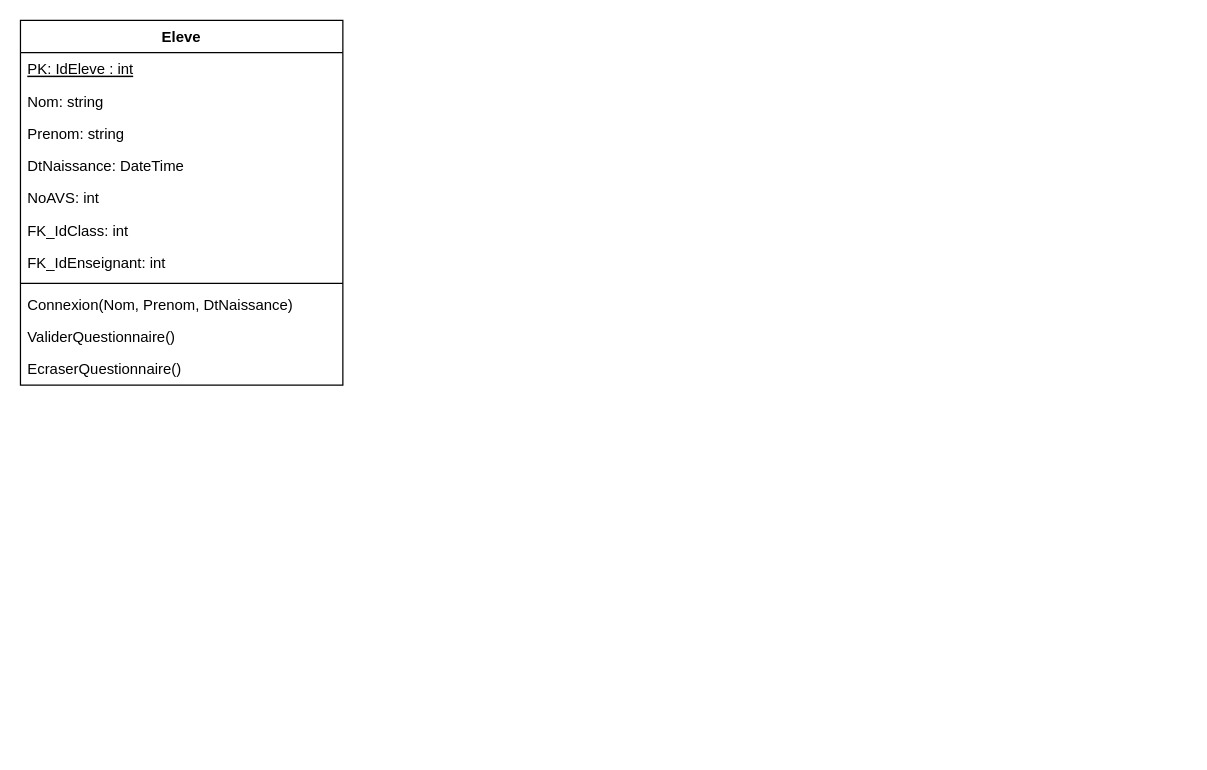
Before: Untitled Diagram.drawio in Devetik/Diagrammes, a draw.io diagram. Source tidied: cells renumbered, new cells numbered last; positions are measured from the earlier drawing's top-left corner, leaving out a move shared by most shapes. Both pictures are drawn from the tidied source at 124%, with x=0, y=0 at pixel (20, 20).
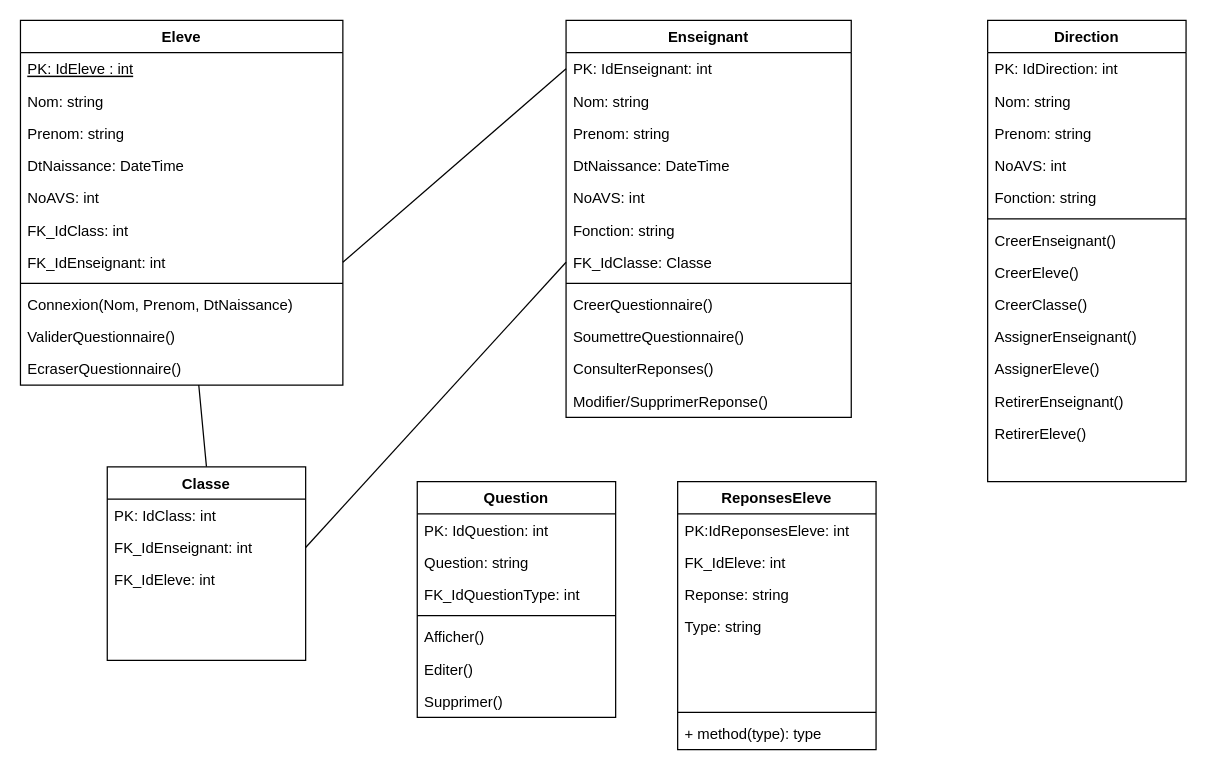
The same page after the edit.

The change refers to these unchanged cells:
```xml
<mxCell id="2" value="Eleve" style="swimlane;fontStyle=1;align=center;verticalAlign=top;horizontal=1;startSize=26;" parent="1" vertex="1">
  <mxGeometry width="260" height="294" as="geometry" />
</mxCell>
<mxCell id="9" value="FK_IdEnseignant: int" style="text;strokeColor=none;fillColor=none;align=left;verticalAlign=top;spacingLeft=4;spacingRight=4;overflow=hidden;points=[[0,0.5],[1,0.5]];portConstraint=eastwest;" parent="2" vertex="1">
  <mxGeometry y="182" width="260" height="26" as="geometry" />
</mxCell>
```

Change to the diagram source:
```diff
@@
+    <mxCell id="14" style="rounded=0;jettySize=auto;html=1;entryX=0.5;entryY=0;entryDx=0;entryDy=0;endArrow=none;endFill=0;" parent="1" edge="1" source="2" target="28">
+      <mxGeometry relative="1" as="geometry" />
+    </mxCell>
@@
+    <mxCell id="15" value="Enseignant" style="swimlane;fontStyle=1;align=center;verticalAlign=top;horizontal=1;startSize=26;" parent="1" vertex="1">
+      <mxGeometry x="440" width="230" height="320" as="geometry" />
+    </mxCell>
+    <mxCell id="16" value="PK: IdEnseignant: int" style="text;strokeColor=none;fillColor=none;align=left;verticalAlign=top;spacingLeft=4;spacingRight=4;overflow=hidden;points=[[0,0.5],[1,0.5]];portConstraint=eastwest;" parent="15" vertex="1">
+      <mxGeometry y="26" width="230" height="26" as="geometry" />
+    </mxCell>
+    <mxCell id="17" value="Nom: string" style="text;strokeColor=none;fillColor=none;align=left;verticalAlign=top;spacingLeft=4;spacingRight=4;overflow=hidden;" parent="15" vertex="1">
+      <mxGeometry y="52" width="230" height="26" as="geometry" />
+    </mxCell>
+    <mxCell id="18" value="Prenom: string" style="text;strokeColor=none;fillColor=none;align=left;verticalAlign=top;spacingLeft=4;spacingRight=4;overflow=hidden;" parent="15" vertex="1">
+      <mxGeometry y="78" width="230" height="26" as="geometry" />
+    </mxCell>
+    <mxCell id="19" value="DtNaissance: DateTime" style="text;strokeColor=none;fillColor=none;align=left;verticalAlign=top;spacingLeft=4;spacingRight=4;overflow=hidden;" parent="15" vertex="1">
+      <mxGeometry y="104" width="230" height="26" as="geometry" />
+    </mxCell>
+    <mxCell id="20" value="NoAVS: int" style="text;strokeColor=none;fillColor=none;align=left;verticalAlign=top;spacingLeft=4;spacingRight=4;overflow=hidden;" parent="15" vertex="1">
+      <mxGeometry y="130" width="230" height="26" as="geometry" />
+    </mxCell>
+    <mxCell id="21" value="Fonction: string" style="text;strokeColor=none;fillColor=none;align=left;verticalAlign=top;spacingLeft=4;spacingRight=4;overflow=hidden;" parent="15" vertex="1">
+      <mxGeometry y="156" width="230" height="26" as="geometry" />
+    </mxCell>
+    <mxCell id="22" value="FK_IdClasse: Classe" style="text;strokeColor=none;fillColor=none;align=left;verticalAlign=top;spacingLeft=4;spacingRight=4;overflow=hidden;points=[[0,0.5],[1,0.5]];portConstraint=eastwest;" parent="15" vertex="1">
+      <mxGeometry y="182" width="230" height="26" as="geometry" />
+    </mxCell>
+    <mxCell id="23" style="line;strokeWidth=1;fillColor=none;align=left;verticalAlign=middle;spacingTop=-1;spacingLeft=3;spacingRight=3;labelPosition=right;" parent="15" vertex="1">
+      <mxGeometry y="208" width="230" height="8" as="geometry" />
+    </mxCell>
+    <mxCell id="24" value="CreerQuestionnaire()" style="text;strokeColor=none;fillColor=none;align=left;verticalAlign=top;spacingLeft=4;spacingRight=4;overflow=hidden;" parent="15" vertex="1">
+      <mxGeometry y="216" width="230" height="26" as="geometry" />
+    </mxCell>
+    <mxCell id="25" value="SoumettreQuestionnaire()" style="text;strokeColor=none;fillColor=none;align=left;verticalAlign=top;spacingLeft=4;spacingRight=4;overflow=hidden;" parent="15" vertex="1">
+      <mxGeometry y="242" width="230" height="26" as="geometry" />
+    </mxCell>
+    <mxCell id="26" value="ConsulterReponses()" style="text;strokeColor=none;fillColor=none;align=left;verticalAlign=top;spacingLeft=4;spacingRight=4;overflow=hidden;" parent="15" vertex="1">
+      <mxGeometry y="268" width="230" height="26" as="geometry" />
+    </mxCell>
+    <mxCell id="27" value="Modifier/SupprimerReponse()" style="text;strokeColor=none;fillColor=none;align=left;verticalAlign=top;spacingLeft=4;spacingRight=4;overflow=hidden;" parent="15" vertex="1">
+      <mxGeometry y="294" width="230" height="26" as="geometry" />
+    </mxCell>
+    <mxCell id="28" value="Classe" style="swimlane;fontStyle=1;align=center;verticalAlign=top;horizontal=1;startSize=26;" parent="1" vertex="1">
+      <mxGeometry x="70" y="360" width="160" height="156" as="geometry" />
+    </mxCell>
+    <mxCell id="29" value="PK: IdClass: int" style="text;strokeColor=none;fillColor=none;align=left;verticalAlign=top;spacingLeft=4;spacingRight=4;overflow=hidden;" parent="28" vertex="1">
+      <mxGeometry y="26" width="160" height="26" as="geometry" />
+    </mxCell>
+    <mxCell id="30" value="FK_IdEnseignant: int" style="text;strokeColor=none;fillColor=none;align=left;verticalAlign=top;spacingLeft=4;spacingRight=4;overflow=hidden;points=[[0,0.5],[1,0.5]];portConstraint=eastwest;" parent="28" vertex="1">
+      <mxGeometry y="52" width="160" height="26" as="geometry" />
+    </mxCell>
+    <mxCell id="31" value="FK_IdEleve: int" style="text;strokeColor=none;fillColor=none;align=left;verticalAlign=top;spacingLeft=4;spacingRight=4;overflow=hidden;" parent="28" vertex="1">
+      <mxGeometry y="78" width="160" height="26" as="geometry" />
+    </mxCell>
+    <mxCell id="32" style="text;strokeColor=none;fillColor=none;align=left;verticalAlign=top;spacingLeft=4;spacingRight=4;overflow=hidden;" parent="28" vertex="1">
+      <mxGeometry y="104" width="160" height="26" as="geometry" />
+    </mxCell>
+    <mxCell id="33" style="text;strokeColor=none;fillColor=none;align=left;verticalAlign=top;spacingLeft=4;spacingRight=4;overflow=hidden;" parent="28" vertex="1">
+      <mxGeometry y="130" width="160" height="26" as="geometry" />
+    </mxCell>
+    <mxCell id="34" value="Direction" style="swimlane;fontStyle=1;align=center;verticalAlign=top;horizontal=1;startSize=26;" parent="1" vertex="1">
+      <mxGeometry x="780" width="160" height="372" as="geometry" />
+    </mxCell>
+    <mxCell id="35" value="PK: IdDirection: int" style="text;strokeColor=none;fillColor=none;align=left;verticalAlign=top;spacingLeft=4;spacingRight=4;overflow=hidden;" parent="34" vertex="1">
+      <mxGeometry y="26" width="160" height="26" as="geometry" />
+    </mxCell>
+    <mxCell id="36" value="Nom: string" style="text;strokeColor=none;fillColor=none;align=left;verticalAlign=top;spacingLeft=4;spacingRight=4;overflow=hidden;" parent="34" vertex="1">
+      <mxGeometry y="52" width="160" height="26" as="geometry" />
+    </mxCell>
+    <mxCell id="37" value="Prenom: string" style="text;strokeColor=none;fillColor=none;align=left;verticalAlign=top;spacingLeft=4;spacingRight=4;overflow=hidden;" parent="34" vertex="1">
+      <mxGeometry y="78" width="160" height="26" as="geometry" />
+    </mxCell>
+    <mxCell id="38" value="NoAVS: int" style="text;strokeColor=none;fillColor=none;align=left;verticalAlign=top;spacingLeft=4;spacingRight=4;overflow=hidden;" parent="34" vertex="1">
+      <mxGeometry y="104" width="160" height="26" as="geometry" />
+    </mxCell>
+    <mxCell id="39" value="Fonction: string" style="text;strokeColor=none;fillColor=none;align=left;verticalAlign=top;spacingLeft=4;spacingRight=4;overflow=hidden;" parent="34" vertex="1">
+      <mxGeometry y="130" width="160" height="26" as="geometry" />
+    </mxCell>
+    <mxCell id="40" style="line;strokeWidth=1;fillColor=none;align=left;verticalAlign=middle;spacingTop=-1;spacingLeft=3;spacingRight=3;labelPosition=right;" parent="34" vertex="1">
+      <mxGeometry y="156" width="160" height="8" as="geometry" />
+    </mxCell>
+    <mxCell id="41" value="CreerEnseignant()" style="text;strokeColor=none;fillColor=none;align=left;verticalAlign=top;spacingLeft=4;spacingRight=4;overflow=hidden;" parent="34" vertex="1">
+      <mxGeometry y="164" width="160" height="26" as="geometry" />
+    </mxCell>
+    <mxCell id="42" value="CreerEleve()" style="text;strokeColor=none;fillColor=none;align=left;verticalAlign=top;spacingLeft=4;spacingRight=4;overflow=hidden;" parent="34" vertex="1">
+      <mxGeometry y="190" width="160" height="26" as="geometry" />
+    </mxCell>
+    <mxCell id="43" value="CreerClasse()" style="text;strokeColor=none;fillColor=none;align=left;verticalAlign=top;spacingLeft=4;spacingRight=4;overflow=hidden;" parent="34" vertex="1">
+      <mxGeometry y="216" width="160" height="26" as="geometry" />
+    </mxCell>
+    <mxCell id="44" value="AssignerEnseignant()" style="text;strokeColor=none;fillColor=none;align=left;verticalAlign=top;spacingLeft=4;spacingRight=4;overflow=hidden;" parent="34" vertex="1">
+      <mxGeometry y="242" width="160" height="26" as="geometry" />
+    </mxCell>
+    <mxCell id="45" value="AssignerEleve()" style="text;strokeColor=none;fillColor=none;align=left;verticalAlign=top;spacingLeft=4;spacingRight=4;overflow=hidden;" parent="34" vertex="1">
+      <mxGeometry y="268" width="160" height="26" as="geometry" />
+    </mxCell>
+    <mxCell id="46" value="RetirerEnseignant()" style="text;strokeColor=none;fillColor=none;align=left;verticalAlign=top;spacingLeft=4;spacingRight=4;overflow=hidden;" parent="34" vertex="1">
+      <mxGeometry y="294" width="160" height="26" as="geometry" />
+    </mxCell>
+    <mxCell id="47" value="RetirerEleve()" style="text;strokeColor=none;fillColor=none;align=left;verticalAlign=top;spacingLeft=4;spacingRight=4;overflow=hidden;" parent="34" vertex="1">
+      <mxGeometry y="320" width="160" height="26" as="geometry" />
+    </mxCell>
+    <mxCell id="48" style="text;strokeColor=none;fillColor=none;align=left;verticalAlign=top;spacingLeft=4;spacingRight=4;overflow=hidden;" parent="34" vertex="1">
+      <mxGeometry y="346" width="160" height="26" as="geometry" />
+    </mxCell>
+    <mxCell id="49" value="Question" style="swimlane;fontStyle=1;align=center;verticalAlign=top;horizontal=1;startSize=26;" parent="1" vertex="1">
+      <mxGeometry x="320" y="372" width="160" height="190" as="geometry" />
+    </mxCell>
+    <mxCell id="50" value="PK: IdQuestion: int" style="text;strokeColor=none;fillColor=none;align=left;verticalAlign=top;spacingLeft=4;spacingRight=4;overflow=hidden;" parent="49" vertex="1">
+      <mxGeometry y="26" width="160" height="26" as="geometry" />
+    </mxCell>
+    <mxCell id="51" value="Question: string" style="text;strokeColor=none;fillColor=none;align=left;verticalAlign=top;spacingLeft=4;spacingRight=4;overflow=hidden;" parent="49" vertex="1">
+      <mxGeometry y="52" width="160" height="26" as="geometry" />
+    </mxCell>
+    <mxCell id="52" value="FK_IdQuestionType: int" style="text;strokeColor=none;fillColor=none;align=left;verticalAlign=top;spacingLeft=4;spacingRight=4;overflow=hidden;" parent="49" vertex="1">
+      <mxGeometry y="78" width="160" height="26" as="geometry" />
+    </mxCell>
+    <mxCell id="53" style="line;strokeWidth=1;fillColor=none;align=left;verticalAlign=middle;spacingTop=-1;spacingLeft=3;spacingRight=3;labelPosition=right;" parent="49" vertex="1">
+      <mxGeometry y="104" width="160" height="8" as="geometry" />
+    </mxCell>
+    <mxCell id="54" value="Afficher()" style="text;strokeColor=none;fillColor=none;align=left;verticalAlign=top;spacingLeft=4;spacingRight=4;overflow=hidden;" parent="49" vertex="1">
+      <mxGeometry y="112" width="160" height="26" as="geometry" />
+    </mxCell>
+    <mxCell id="55" value="Editer()" style="text;strokeColor=none;fillColor=none;align=left;verticalAlign=top;spacingLeft=4;spacingRight=4;overflow=hidden;" parent="49" vertex="1">
+      <mxGeometry y="138" width="160" height="26" as="geometry" />
+    </mxCell>
+    <mxCell id="56" value="Supprimer()" style="text;strokeColor=none;fillColor=none;align=left;verticalAlign=top;spacingLeft=4;spacingRight=4;overflow=hidden;" parent="49" vertex="1">
+      <mxGeometry y="164" width="160" height="26" as="geometry" />
+    </mxCell>
+    <mxCell id="57" value="ReponsesEleve" style="swimlane;fontStyle=1;align=center;verticalAlign=top;horizontal=1;startSize=26;" parent="1" vertex="1">
+      <mxGeometry x="530" y="372" width="160" height="216" as="geometry" />
+    </mxCell>
+    <mxCell id="58" value="PK:IdReponsesEleve: int" style="text;strokeColor=none;fillColor=none;align=left;verticalAlign=top;spacingLeft=4;spacingRight=4;overflow=hidden;" parent="57" vertex="1">
+      <mxGeometry y="26" width="160" height="26" as="geometry" />
+    </mxCell>
+    <mxCell id="59" value="FK_IdEleve: int" style="text;strokeColor=none;fillColor=none;align=left;verticalAlign=top;spacingLeft=4;spacingRight=4;overflow=hidden;" parent="57" vertex="1">
+      <mxGeometry y="52" width="160" height="26" as="geometry" />
+    </mxCell>
+    <mxCell id="60" value="Reponse: string" style="text;strokeColor=none;fillColor=none;align=left;verticalAlign=top;spacingLeft=4;spacingRight=4;overflow=hidden;" parent="57" vertex="1">
+      <mxGeometry y="78" width="160" height="26" as="geometry" />
+    </mxCell>
+    <mxCell id="61" value="Type: string" style="text;strokeColor=none;fillColor=none;align=left;verticalAlign=top;spacingLeft=4;spacingRight=4;overflow=hidden;" parent="57" vertex="1">
+      <mxGeometry y="104" width="160" height="26" as="geometry" />
+    </mxCell>
+    <mxCell id="62" style="text;strokeColor=none;fillColor=none;align=left;verticalAlign=top;spacingLeft=4;spacingRight=4;overflow=hidden;" parent="57" vertex="1">
+      <mxGeometry y="130" width="160" height="26" as="geometry" />
+    </mxCell>
+    <mxCell id="63" style="text;strokeColor=none;fillColor=none;align=left;verticalAlign=top;spacingLeft=4;spacingRight=4;overflow=hidden;" parent="57" vertex="1">
+      <mxGeometry y="156" width="160" height="26" as="geometry" />
+    </mxCell>
+    <mxCell id="64" style="line;strokeWidth=1;fillColor=none;align=left;verticalAlign=middle;spacingTop=-1;spacingLeft=3;spacingRight=3;labelPosition=right;" parent="57" vertex="1">
+      <mxGeometry y="182" width="160" height="8" as="geometry" />
+    </mxCell>
+    <mxCell id="65" value="+ method(type): type" style="text;strokeColor=none;fillColor=none;align=left;verticalAlign=top;spacingLeft=4;spacingRight=4;overflow=hidden;" parent="57" vertex="1">
+      <mxGeometry y="190" width="160" height="26" as="geometry" />
+    </mxCell>
+    <mxCell id="66" style="endArrow=none;html=1;rounded=0;exitX=1;exitY=0.5;exitDx=0;exitDy=0;entryX=0;entryY=0.5;entryDx=0;entryDy=0;" parent="1" edge="1" source="9" target="16">
+      <mxGeometry relative="1" as="geometry" />
+    </mxCell>
+    <mxCell id="67" style="endArrow=none;html=1;rounded=0;entryX=0;entryY=0.5;entryDx=0;entryDy=0;exitX=1;exitY=0.5;exitDx=0;exitDy=0;" parent="1" edge="1" source="30" target="22">
+      <mxGeometry relative="1" as="geometry" />
+    </mxCell>
```
